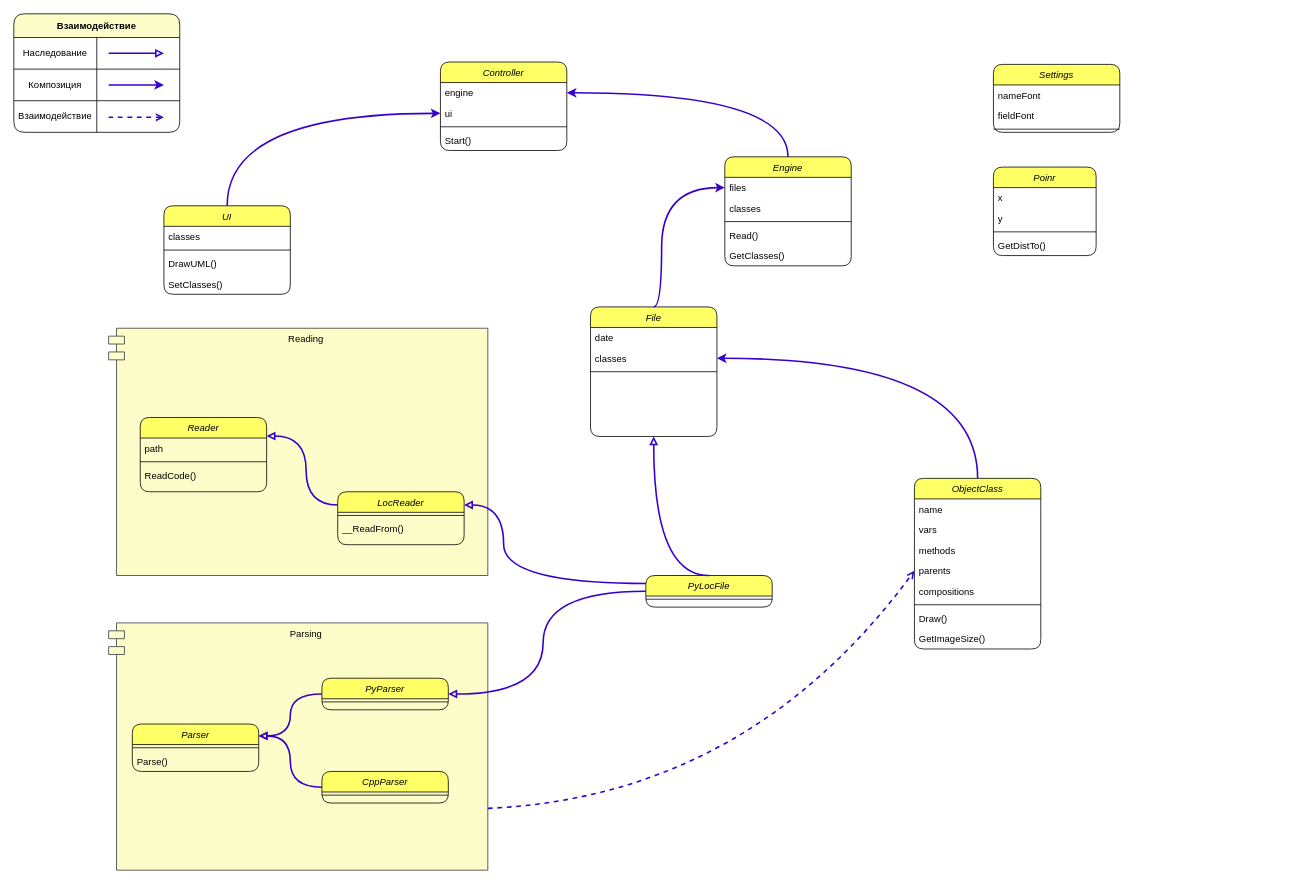
k7ps/UMLGenerator keeps this draw.io diagram as UMLGenerator.drawio. Above is the earlier version. Source tidied: cells renumbered, new cells numbered last; positions are measured from the earlier drawing's top-left corner, leaving out a move shared by most shapes. Both pictures are drawn from the tidied source at 79%, with x=0, y=0 at pixel (13, 13).
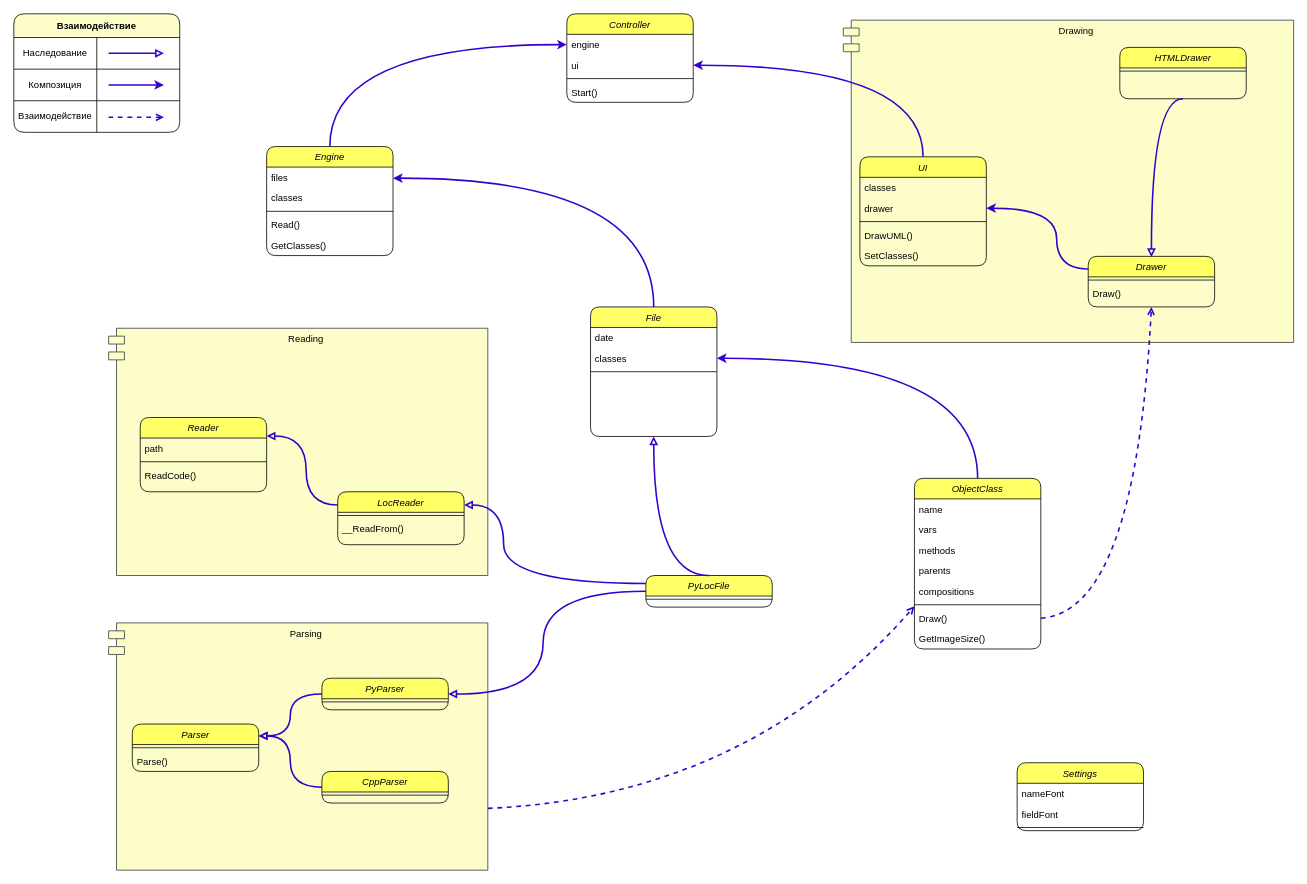
The same page after the edit.

Unchanged cells that the change refers to:
```xml
<mxCell id="2" value="Parsing" style="shape=module;align=left;spacingLeft=20;align=center;verticalAlign=top;fillColor=#FDFDC9;strokeColor=#36393d;rounded=1;" parent="1" vertex="1">
  <mxGeometry x="120" y="771" width="480" height="313" as="geometry" />
</mxCell>
<mxCell id="5" value="files" style="text;align=left;verticalAlign=top;spacingLeft=4;spacingRight=4;overflow=hidden;points=[[0,0.5],[1,0.5]];portConstraint=eastwest;rounded=1;" parent="4" vertex="1">
  <mxGeometry y="26" width="160" height="26" as="geometry" />
</mxCell>
<mxCell id="10" value="ObjectClass" style="swimlane;fontStyle=2;align=center;verticalAlign=top;horizontal=1;startSize=26;rounded=1;shadow=0;strokeWidth=1;fillColor=#FFFF66;" parent="1" vertex="1">
  <mxGeometry x="1140" y="588" width="160" height="216" as="geometry" />
</mxCell>
<mxCell id="14" value="parents" style="text;align=left;verticalAlign=top;spacingLeft=4;spacingRight=4;overflow=hidden;points=[[0,0.5],[1,0.5]];portConstraint=eastwest;rounded=1;" parent="10" vertex="1">
  <mxGeometry y="104" width="160" height="26" as="geometry" />
</mxCell>
<mxCell id="17" value="Draw()" style="text;align=left;verticalAlign=top;spacingLeft=4;spacingRight=4;overflow=hidden;points=[[0,0.5],[1,0.5]];portConstraint=eastwest;rounded=1;" parent="10" vertex="1">
  <mxGeometry y="164" width="160" height="26" as="geometry" />
</mxCell>
<mxCell id="25" value="engine" style="text;align=left;verticalAlign=top;spacingLeft=4;spacingRight=4;overflow=hidden;points=[[0,0.5],[1,0.5]];portConstraint=eastwest;rounded=1;" parent="24" vertex="1">
  <mxGeometry y="26" width="160" height="26" as="geometry" />
</mxCell>
<mxCell id="26" value="ui" style="text;align=left;verticalAlign=top;spacingLeft=4;spacingRight=4;overflow=hidden;points=[[0,0.5],[1,0.5]];portConstraint=eastwest;rounded=1;" parent="24" vertex="1">
  <mxGeometry y="52" width="160" height="26" as="geometry" />
</mxCell>
<mxCell id="40" value="File" style="swimlane;fontStyle=2;align=center;verticalAlign=top;horizontal=1;startSize=26;rounded=1;shadow=0;strokeWidth=1;fillColor=#FFFF66;" parent="1" vertex="1">
  <mxGeometry x="730" y="371" width="160" height="164" as="geometry" />
</mxCell>
```

Diff of the diagram source:
```diff
@@
+    <mxCell id="82" value="Drawing" style="shape=module;align=left;spacingLeft=20;align=center;verticalAlign=top;fillColor=#FDFDC9;strokeColor=#36393d;rounded=1;" parent="1" vertex="1">
+      <mxGeometry x="1050" y="8" width="570" height="408" as="geometry" />
+    </mxCell>
@@
     <mxCell id="4" value="Engine" style="swimlane;fontStyle=2;align=center;verticalAlign=top;horizontal=1;startSize=26;rounded=1;shadow=0;strokeWidth=1;fillColor=#FFFF66;" parent="1" vertex="1">
-      <mxGeometry x="900" y="181" width="160" height="138" as="geometry" />
+      <mxGeometry x="320" y="168" width="160" height="138" as="geometry" />
     </mxCell>
@@
     <mxCell id="19" value="UI" style="swimlane;fontStyle=2;align=center;verticalAlign=top;horizontal=1;startSize=26;rounded=1;shadow=0;strokeWidth=1;fillColor=#FFFF66;" parent="1" vertex="1">
-      <mxGeometry x="190" y="243" width="160" height="112" as="geometry" />
+      <mxGeometry x="1071" y="181" width="160" height="138" as="geometry" />
     </mxCell>
@@
+    <mxCell id="83" value="drawer" style="text;align=left;verticalAlign=top;spacingLeft=4;spacingRight=4;overflow=hidden;points=[[0,0.5],[1,0.5]];portConstraint=eastwest;rounded=1;" parent="19" vertex="1">
+      <mxGeometry y="52" width="160" height="26" as="geometry" />
+    </mxCell>
     <mxCell id="21" style="line;html=1;strokeWidth=1;align=left;verticalAlign=middle;spacingTop=-1;spacingLeft=3;spacingRight=3;labelPosition=right;rounded=1;" parent="19" vertex="1">
-      <mxGeometry y="52" width="160" height="8" as="geometry" />
+      <mxGeometry y="78" width="160" height="8" as="geometry" />
     </mxCell>
     <mxCell id="22" value="DrawUML()" style="text;align=left;verticalAlign=top;spacingLeft=4;spacingRight=4;overflow=hidden;rounded=1;" parent="19" vertex="1">
-      <mxGeometry y="60" width="160" height="26" as="geometry" />
+      <mxGeometry y="86" width="160" height="26" as="geometry" />
     </mxCell>
     <mxCell id="23" value="SetClasses()" style="text;align=left;verticalAlign=top;spacingLeft=4;spacingRight=4;overflow=hidden;rounded=1;" parent="19" vertex="1">
-      <mxGeometry y="86" width="160" height="26" as="geometry" />
+      <mxGeometry y="112" width="160" height="26" as="geometry" />
     </mxCell>
     <mxCell id="24" value="Controller" style="swimlane;fontStyle=2;align=center;verticalAlign=top;horizontal=1;startSize=26;rounded=1;shadow=0;strokeWidth=1;fillColor=#FFFF66;" parent="1" vertex="1">
-      <mxGeometry x="540" y="61" width="160" height="112" as="geometry" />
+      <mxGeometry x="700" width="160" height="112" as="geometry" />
     </mxCell>
@@
-    <mxCell id="29" style="edgeStyle=elbowEdgeStyle;elbow=horizontal;endArrow=classic;html=1;exitX=0.5;exitY=0;exitDx=0;exitDy=0;entryX=0;entryY=0.5;entryDx=0;entryDy=0;fillColor=#6a00ff;strokeColor=#3700CC;strokeWidth=2;rounded=1;curved=1;" parent="1" edge="1" source="19" target="26">
-      <mxGeometry relative="1" as="geometry">
-        <Array as="points">
-          <mxPoint x="270" y="131" />
-        </Array>
-      </mxGeometry>
-    </mxCell>
-    <mxCell id="30" style="edgeStyle=elbowEdgeStyle;elbow=horizontal;endArrow=classic;html=1;entryX=1;entryY=0.5;entryDx=0;entryDy=0;exitX=0.5;exitY=0;exitDx=0;exitDy=0;fillColor=#6a00ff;strokeColor=#3700CC;strokeWidth=2;rounded=1;curved=1;" parent="1" edge="1" source="4" target="25">
+    <mxCell id="30" style="edgeStyle=elbowEdgeStyle;elbow=horizontal;endArrow=classic;html=1;entryX=0;entryY=0.5;entryDx=0;entryDy=0;exitX=0.5;exitY=0;exitDx=0;exitDy=0;fillColor=#6a00ff;strokeColor=#3700CC;strokeWidth=2;rounded=1;curved=1;" parent="1" edge="1" source="4" target="25">
       <mxGeometry relative="1" as="geometry">
         <Array as="points">
-          <mxPoint x="980" y="121" />
+          <mxPoint x="400" y="98" />
           <mxPoint x="610" y="142" />
         </Array>
       </mxGeometry>
     </mxCell>
     <mxCell id="31" value="Settings" style="swimlane;fontStyle=2;align=center;verticalAlign=top;horizontal=1;startSize=26;rounded=1;shadow=0;strokeWidth=1;fillColor=#FFFF66;" parent="1" vertex="1">
-      <mxGeometry x="1240" y="64" width="160" height="86" as="geometry" />
+      <mxGeometry x="1270" y="948" width="160" height="86" as="geometry" />
     </mxCell>
@@
-    <mxCell id="35" value="Poinr" style="swimlane;fontStyle=2;align=center;verticalAlign=top;horizontal=1;startSize=26;rounded=1;shadow=0;strokeWidth=1;fillColor=#FFFF66;" parent="1" vertex="1">
-      <mxGeometry x="1240" y="194" width="130" height="112" as="geometry" />
-    </mxCell>
-    <mxCell id="36" value="x" style="text;align=left;verticalAlign=top;spacingLeft=4;spacingRight=4;overflow=hidden;rounded=1;" parent="35" vertex="1">
-      <mxGeometry y="26" width="130" height="26" as="geometry" />
-    </mxCell>
-    <mxCell id="37" value="y" style="text;align=left;verticalAlign=top;spacingLeft=4;spacingRight=4;overflow=hidden;rounded=1;" parent="35" vertex="1">
-      <mxGeometry y="52" width="130" height="26" as="geometry" />
-    </mxCell>
-    <mxCell id="38" style="line;html=1;strokeWidth=1;align=left;verticalAlign=middle;spacingTop=-1;spacingLeft=3;spacingRight=3;labelPosition=right;rounded=1;" parent="35" vertex="1">
-      <mxGeometry y="78" width="130" height="8" as="geometry" />
-    </mxCell>
-    <mxCell id="39" value="GetDistTo()" style="text;align=left;verticalAlign=top;spacingLeft=4;spacingRight=4;overflow=hidden;rounded=1;" parent="35" vertex="1">
-      <mxGeometry y="86" width="130" height="26" as="geometry" />
-    </mxCell>
@@
-    <mxCell id="67" style="edgeStyle=elbowEdgeStyle;elbow=horizontal;endArrow=classic;html=1;entryX=0;entryY=0.5;entryDx=0;entryDy=0;exitX=0.5;exitY=0;exitDx=0;exitDy=0;fillColor=#6a00ff;strokeColor=#3700CC;strokeWidth=2;rounded=1;curved=1;" parent="1" edge="1" source="40" target="5">
+    <mxCell id="67" style="edgeStyle=elbowEdgeStyle;elbow=horizontal;endArrow=classic;html=1;exitX=0.5;exitY=0;exitDx=0;exitDy=0;fillColor=#6a00ff;strokeColor=#3700CC;strokeWidth=2;rounded=1;curved=1;" parent="1" edge="1" source="40">
       <mxGeometry relative="1" as="geometry">
+        <mxPoint x="480" y="208" as="targetPoint" />
         <Array as="points">
+          <mxPoint x="810" y="268" />
           <mxPoint x="820" y="291" />
           <mxPoint x="543" y="293" />
         </Array>
       </mxGeometry>
     </mxCell>
-    <mxCell id="68" style="endArrow=open;dashed=1;html=1;rounded=1;strokeWidth=2;curved=1;entryX=0;entryY=0.5;entryDx=0;entryDy=0;exitX=1;exitY=0.75;exitDx=0;exitDy=0;strokeColor=#3700CC;endFill=0;" parent="1" edge="1" source="2" target="14">
+    <mxCell id="68" style="endArrow=open;dashed=1;html=1;rounded=1;strokeWidth=2;curved=1;entryX=0;entryY=0.75;entryDx=0;entryDy=0;exitX=1;exitY=0.75;exitDx=0;exitDy=0;strokeColor=#3700CC;endFill=0;" parent="1" edge="1" source="2" target="10">
       <mxGeometry relative="1" as="geometry">
         <Array as="points">
           <mxPoint x="930" y="991" />
         </Array>
       </mxGeometry>
     </mxCell>
@@
+    <mxCell id="84" value="Drawer" style="swimlane;fontStyle=2;align=center;verticalAlign=top;horizontal=1;startSize=26;rounded=1;shadow=0;strokeWidth=1;fillColor=#FFFF66;" parent="1" vertex="1">
+      <mxGeometry x="1360" y="307" width="160" height="64" as="geometry" />
+    </mxCell>
+    <mxCell id="85" style="line;html=1;strokeWidth=1;align=left;verticalAlign=middle;spacingTop=-1;spacingLeft=3;spacingRight=3;labelPosition=right;rounded=1;" parent="84" vertex="1">
+      <mxGeometry y="26" width="160" height="8" as="geometry" />
+    </mxCell>
+    <mxCell id="86" value="Draw()" style="text;align=left;verticalAlign=top;spacingLeft=4;spacingRight=4;overflow=hidden;rounded=1;" parent="84" vertex="1">
+      <mxGeometry y="34" width="160" height="26" as="geometry" />
+    </mxCell>
+    <mxCell id="87" value="HTMLDrawer" style="swimlane;fontStyle=2;align=center;verticalAlign=top;horizontal=1;startSize=26;rounded=1;shadow=0;strokeWidth=1;fillColor=#FFFF66;" parent="1" vertex="1">
+      <mxGeometry x="1400" y="42.5" width="160" height="65" as="geometry" />
+    </mxCell>
+    <mxCell id="88" style="line;html=1;strokeWidth=1;align=left;verticalAlign=middle;spacingTop=-1;spacingLeft=3;spacingRight=3;labelPosition=right;rounded=1;" parent="87" vertex="1">
+      <mxGeometry y="26" width="160" height="8" as="geometry" />
+    </mxCell>
+    <mxCell id="29" style="edgeStyle=elbowEdgeStyle;elbow=horizontal;endArrow=classic;html=1;entryX=1;entryY=0.5;entryDx=0;entryDy=0;exitX=0.5;exitY=0;exitDx=0;exitDy=0;fillColor=#6a00ff;strokeColor=#3700CC;strokeWidth=2;rounded=1;curved=1;" parent="1" edge="1" source="19" target="26">
+      <mxGeometry relative="1" as="geometry">
+        <Array as="points">
+          <mxPoint x="1151" y="118" />
+          <mxPoint x="1230" y="210.5" />
+        </Array>
+      </mxGeometry>
+    </mxCell>
+    <mxCell id="89" style="edgeStyle=elbowEdgeStyle;elbow=horizontal;endArrow=classic;html=1;entryX=1;entryY=0.5;entryDx=0;entryDy=0;fillColor=#6a00ff;strokeColor=#3700CC;strokeWidth=2;rounded=1;curved=1;exitX=0;exitY=0.25;exitDx=0;exitDy=0;" parent="1" edge="1" source="84" target="83">
+      <mxGeometry relative="1" as="geometry">
+        <Array as="points">
+          <mxPoint x="1320" y="258" />
+          <mxPoint x="1501" y="181" />
+          <mxPoint x="1580" y="273.5" />
+        </Array>
+      </mxGeometry>
+    </mxCell>
+    <mxCell id="90" style="edgeStyle=elbowEdgeStyle;elbow=horizontal;endArrow=block;html=1;exitX=0.5;exitY=1;exitDx=0;exitDy=0;fillColor=#6a00ff;strokeColor=#3700CC;endFill=0;strokeWidth=2;rounded=1;curved=1;" parent="1" edge="1" source="87">
+      <mxGeometry relative="1" as="geometry">
+        <mxPoint x="1440" y="308" as="targetPoint" />
+        <Array as="points">
+          <mxPoint x="1440" y="188" />
+          <mxPoint x="1440" y="133.5" />
+          <mxPoint x="1140" y="118.5" />
+        </Array>
+      </mxGeometry>
+    </mxCell>
+    <mxCell id="91" style="endArrow=open;dashed=1;html=1;rounded=1;strokeWidth=2;curved=1;exitX=1;exitY=0.5;exitDx=0;exitDy=0;strokeColor=#3700CC;endFill=0;entryX=0.5;entryY=1;entryDx=0;entryDy=0;" parent="1" edge="1" source="17" target="84">
+      <mxGeometry relative="1" as="geometry">
+        <Array as="points">
+          <mxPoint x="1420" y="758" />
+        </Array>
+      </mxGeometry>
+    </mxCell>
```
